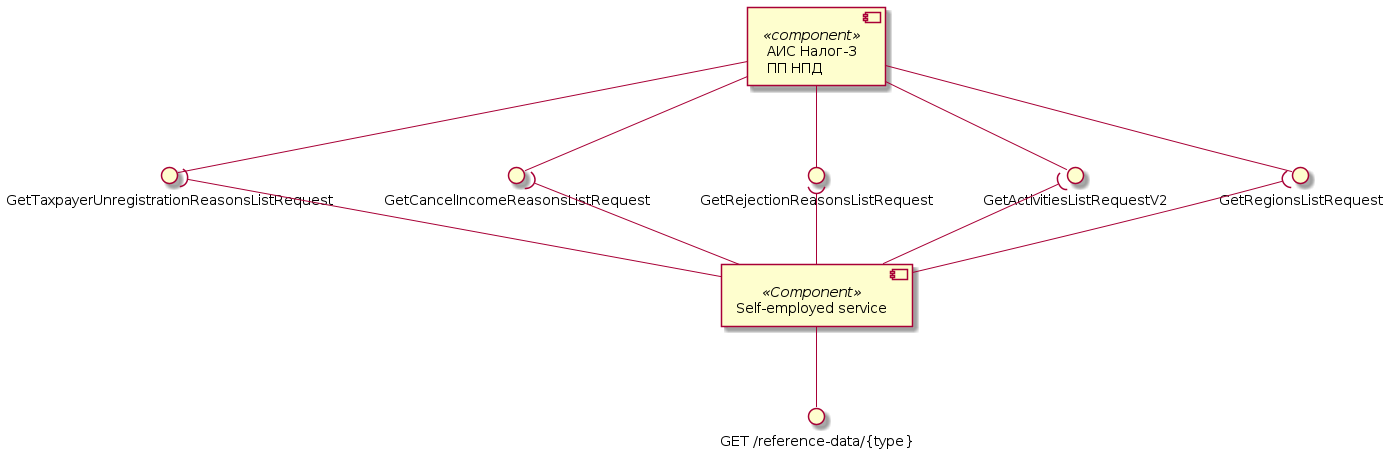
Before: assets/images/diagrams/self-employed-service/components/reference-data-components.png, a diagram exported from PlantUML (RaikBitters/ibank-internal-services).
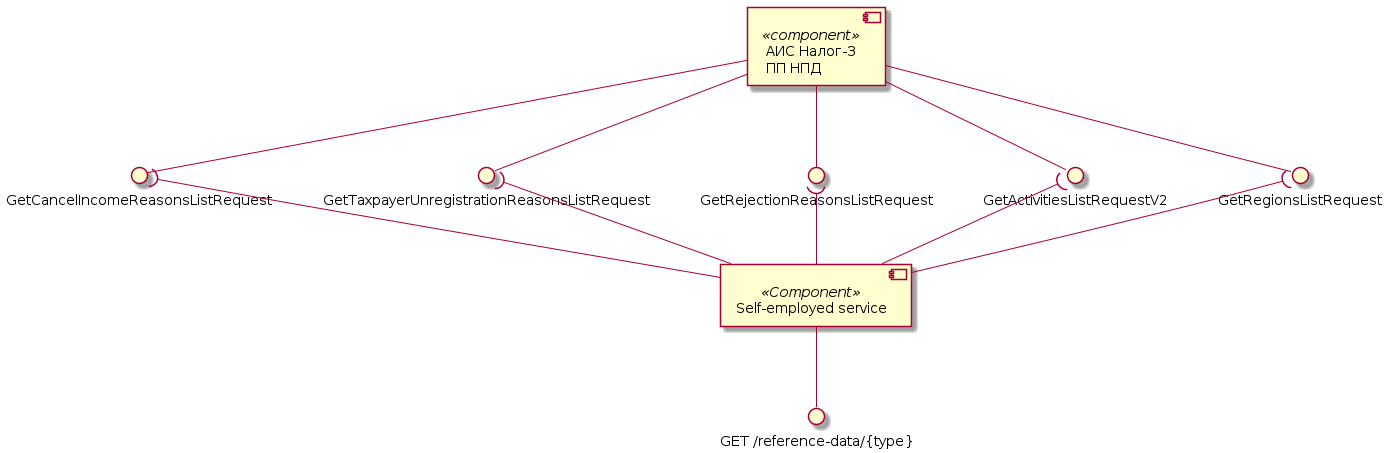
The same diagram one commit later.

Diff of the diagram source:
```diff
@@ -2,27 +2,27 @@
 
 component "АИС Налог-3\nПП НПД" as Tax3 <<component>>
 
-interface "GetRegionsListRequest" as GetRegionsList
-interface "GetActivitiesListRequestV2" as GetActivitiesList
-interface "GetRejectionReasonsListRequest" as GetRejectionReasonsList
-interface "GetTaxpayerUnregistrationReasonsListRequest" as GetTaxpayerUnregistrationReasonsList
-interface "GetCancelIncomeReasonsListRequest" as GetCancelIncomeReasonsList
+interface "GetRegionsListRequest" as getRegionsList
+interface "GetActivitiesListRequestV2" as getActivitiesList
+interface "GetRejectionReasonsListRequest" as getRejectionReasonsList
+interface "GetTaxpayerUnregistrationReasonsListRequest" as getTaxpayerUnregistrationReasonsList
+interface "GetCancelIncomeReasonsListRequest" as getCancelIncomeReasonsList
 
-Tax3 --() GetRegionsList
-Tax3 --() GetActivitiesList
-Tax3 --() GetRejectionReasonsList
-Tax3 --() GetCancelIncomeReasonsList
-Tax3 --() GetTaxpayerUnregistrationReasonsList
+Tax3 --() getRegionsList
+Tax3 --() getActivitiesList
+Tax3 --() getRejectionReasonsList
+Tax3 --() getTaxpayerUnregistrationReasonsList
+Tax3 --() getCancelIncomeReasonsList
 
 component "Self-employed service" as SelfEmplService <<Component>>
 interface "GET /reference-data/{type}" as getDictionary
 
 SelfEmplService --() getDictionary
 
-SelfEmplService -up-( GetRegionsList
-SelfEmplService -up-( GetActivitiesList
-SelfEmplService -up-( GetRejectionReasonsList
-SelfEmplService -up-( GetCancelIncomeReasonsList
-SelfEmplService -up-( GetTaxpayerUnregistrationReasonsList
+SelfEmplService -up-( getRegionsList
+SelfEmplService -up-( getActivitiesList
+SelfEmplService -up-( getRejectionReasonsList
+SelfEmplService -up-( getTaxpayerUnregistrationReasonsList
+SelfEmplService -up-( getCancelIncomeReasonsList
 
 @enduml
```
